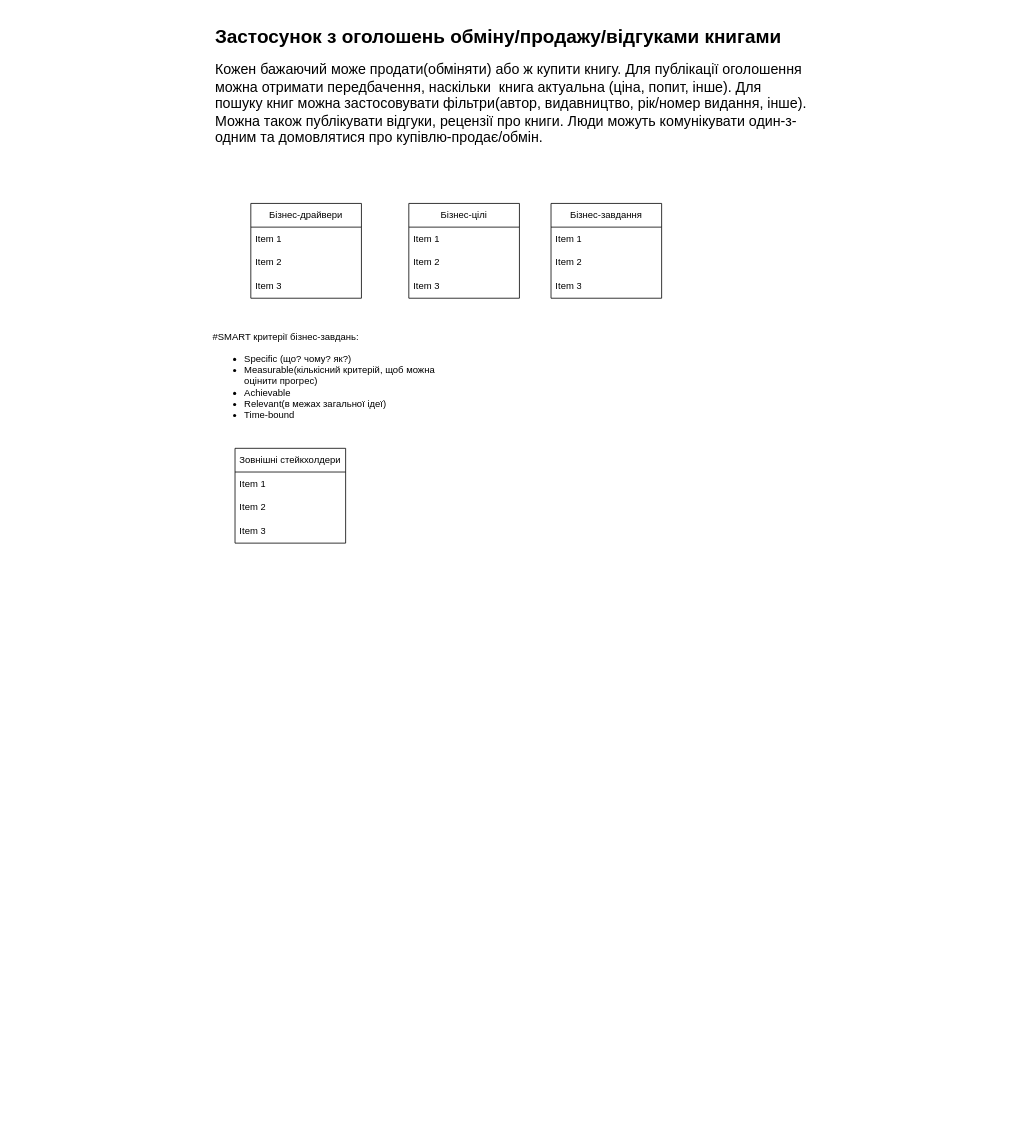
Above: business_analytics/ba.drawio in AnnaBozhenko/BookResources (draw.io), before the change. Source tidied: cells renumbered, new cells numbered last; positions are measured from the earlier drawing's top-left corner, leaving out a move shared by most shapes. Both pictures are drawn from the tidied source at 79%, with x=0, y=0 at pixel (211, 21).
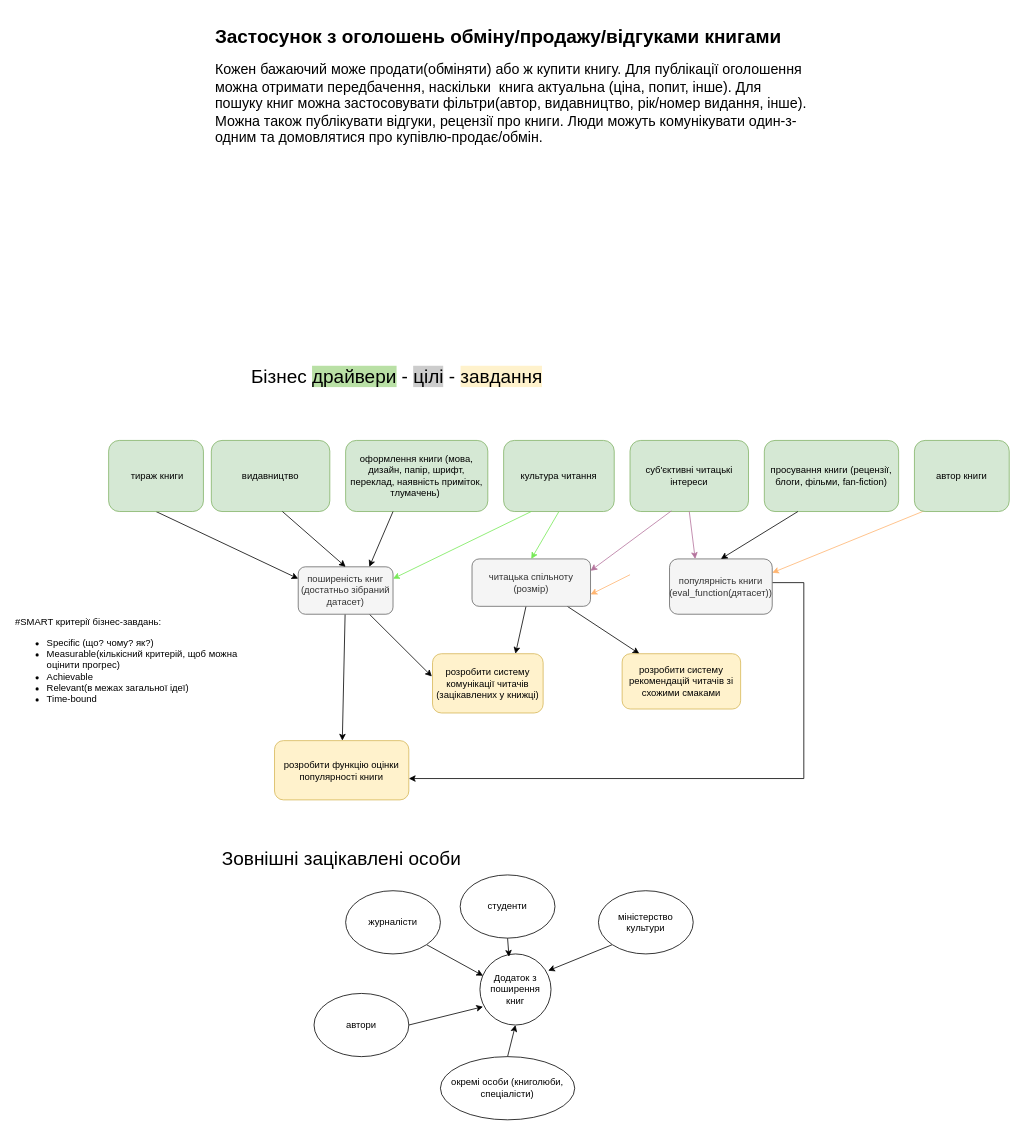
The same page after the edit.

Commit message:
Added business drivers-aims-tasks and outer stakeholders to ba.drawio

The edit, as a diff of the source:
```diff
@@
-    <mxCell id="3" value="Бізнес-драйвери" style="swimlane;fontStyle=0;horizontal=1;startSize=30;whiteSpace=wrap;html=1;" parent="1" vertex="1">
-      <mxGeometry x="50" y="230" width="140" height="120" as="geometry" />
-    </mxCell>
-    <mxCell id="4" value="Item 1" style="text;strokeColor=none;fillColor=none;align=left;verticalAlign=middle;spacingLeft=4;spacingRight=4;overflow=hidden;whiteSpace=wrap;html=1;" parent="3" vertex="1">
-      <mxGeometry y="30" width="140" height="30" as="geometry" />
-    </mxCell>
-    <mxCell id="5" value="Item 2" style="text;strokeColor=none;fillColor=none;align=left;verticalAlign=middle;spacingLeft=4;spacingRight=4;overflow=hidden;whiteSpace=wrap;html=1;" parent="3" vertex="1">
-      <mxGeometry y="60" width="140" height="30" as="geometry" />
-    </mxCell>
-    <mxCell id="6" value="Item 3" style="text;strokeColor=none;fillColor=none;align=left;verticalAlign=middle;spacingLeft=4;spacingRight=4;overflow=hidden;whiteSpace=wrap;html=1;" parent="3" vertex="1">
-      <mxGeometry y="90" width="140" height="30" as="geometry" />
-    </mxCell>
-    <mxCell id="7" value="Бізнес-цілі" style="swimlane;fontStyle=0;horizontal=1;startSize=30;whiteSpace=wrap;html=1;" parent="1" vertex="1">
-      <mxGeometry x="250" y="230" width="140" height="120" as="geometry" />
-    </mxCell>
-    <mxCell id="8" value="Item 1" style="text;strokeColor=none;fillColor=none;align=left;verticalAlign=middle;spacingLeft=4;spacingRight=4;overflow=hidden;whiteSpace=wrap;html=1;" parent="7" vertex="1">
-      <mxGeometry y="30" width="140" height="30" as="geometry" />
-    </mxCell>
-    <mxCell id="9" value="Item 2" style="text;strokeColor=none;fillColor=none;align=left;verticalAlign=middle;spacingLeft=4;spacingRight=4;overflow=hidden;whiteSpace=wrap;html=1;" parent="7" vertex="1">
-      <mxGeometry y="60" width="140" height="30" as="geometry" />
-    </mxCell>
-    <mxCell id="10" value="Item 3" style="text;strokeColor=none;fillColor=none;align=left;verticalAlign=middle;spacingLeft=4;spacingRight=4;overflow=hidden;whiteSpace=wrap;html=1;" parent="7" vertex="1">
-      <mxGeometry y="90" width="140" height="30" as="geometry" />
-    </mxCell>
-    <mxCell id="11" value="Бізнес-завдання" style="swimlane;fontStyle=0;horizontal=1;startSize=30;whiteSpace=wrap;html=1;" parent="1" vertex="1">
-      <mxGeometry x="430" y="230" width="140" height="120" as="geometry" />
-    </mxCell>
-    <mxCell id="12" value="Item 1" style="text;strokeColor=none;fillColor=none;align=left;verticalAlign=middle;spacingLeft=4;spacingRight=4;overflow=hidden;whiteSpace=wrap;html=1;" parent="11" vertex="1">
-      <mxGeometry y="30" width="140" height="30" as="geometry" />
-    </mxCell>
-    <mxCell id="13" value="Item 2" style="text;strokeColor=none;fillColor=none;align=left;verticalAlign=middle;spacingLeft=4;spacingRight=4;overflow=hidden;whiteSpace=wrap;html=1;" parent="11" vertex="1">
-      <mxGeometry y="60" width="140" height="30" as="geometry" />
-    </mxCell>
-    <mxCell id="14" value="Item 3" style="text;strokeColor=none;fillColor=none;align=left;verticalAlign=middle;spacingLeft=4;spacingRight=4;overflow=hidden;whiteSpace=wrap;html=1;" parent="11" vertex="1">
-      <mxGeometry y="90" width="140" height="30" as="geometry" />
-    </mxCell>
     <mxCell id="15" value="#SMART критерії бізнес-завдань:&lt;br&gt;&lt;ul&gt;&lt;li&gt;Specific (що? чому? як?)&lt;/li&gt;&lt;li&gt;Measurable(кількісний критерій, щоб можна оцінити прогрес)&lt;/li&gt;&lt;li&gt;Achievable&lt;/li&gt;&lt;li&gt;Relevant(в межах загальної ідеї)&lt;/li&gt;&lt;li&gt;Time-bound&lt;/li&gt;&lt;/ul&gt;" style="text;html=1;strokeColor=none;fillColor=none;align=left;verticalAlign=middle;whiteSpace=wrap;rounded=0;" parent="1" vertex="1">
-      <mxGeometry y="400" width="310" height="110" as="geometry" />
+      <mxGeometry x="-250" y="760" width="310" height="110" as="geometry" />
     </mxCell>
-    <mxCell id="16" value="Зовнішні стейкхолдери" style="swimlane;fontStyle=0;horizontal=1;startSize=30;whiteSpace=wrap;html=1;" parent="1" vertex="1">
-      <mxGeometry x="30" y="540" width="140" height="120" as="geometry" />
-    </mxCell>
-    <mxCell id="17" value="Item 1" style="text;strokeColor=none;fillColor=none;align=left;verticalAlign=middle;spacingLeft=4;spacingRight=4;overflow=hidden;whiteSpace=wrap;html=1;" parent="16" vertex="1">
-      <mxGeometry y="30" width="140" height="30" as="geometry" />
-    </mxCell>
-    <mxCell id="18" value="Item 2" style="text;strokeColor=none;fillColor=none;align=left;verticalAlign=middle;spacingLeft=4;spacingRight=4;overflow=hidden;whiteSpace=wrap;html=1;" parent="16" vertex="1">
-      <mxGeometry y="60" width="140" height="30" as="geometry" />
-    </mxCell>
-    <mxCell id="19" value="Item 3" style="text;strokeColor=none;fillColor=none;align=left;verticalAlign=middle;spacingLeft=4;spacingRight=4;overflow=hidden;whiteSpace=wrap;html=1;" parent="16" vertex="1">
-      <mxGeometry y="90" width="140" height="30" as="geometry" />
-    </mxCell>
+    <mxCell id="20" value="видавництво" style="rounded=1;whiteSpace=wrap;html=1;fillColor=#d5e8d4;strokeColor=#82b366;" parent="1" vertex="1">
+      <mxGeometry y="530" width="150" height="90" as="geometry" />
+    </mxCell>
+    <mxCell id="21" value="&amp;nbsp;культура читання&amp;nbsp;" style="rounded=1;whiteSpace=wrap;html=1;fillColor=#d5e8d4;strokeColor=#82b366;" parent="1" vertex="1">
+      <mxGeometry x="370" y="530" width="140" height="90" as="geometry" />
+    </mxCell>
+    <mxCell id="22" value="просування книги (рецензії, блоги, фільми, fan-fiction)" style="rounded=1;whiteSpace=wrap;html=1;fillColor=#d5e8d4;strokeColor=#82b366;" parent="1" vertex="1">
+      <mxGeometry x="700" y="530" width="170" height="90" as="geometry" />
+    </mxCell>
+    <mxCell id="23" style="rounded=0;jettySize=auto;html=1;exitX=0.5;exitY=1;exitDx=0;exitDy=0;entryX=0;entryY=0.25;entryDx=0;entryDy=0;" parent="1" edge="1" source="24" target="39">
+      <mxGeometry relative="1" as="geometry" />
+    </mxCell>
+    <mxCell id="24" value="&amp;nbsp;тираж книги" style="rounded=1;whiteSpace=wrap;html=1;fillColor=#d5e8d4;strokeColor=#82b366;" parent="1" vertex="1">
+      <mxGeometry x="-130" y="530" width="120" height="90" as="geometry" />
+    </mxCell>
+    <mxCell id="25" value="розробити функцію оцінки популярності книги" style="rounded=1;whiteSpace=wrap;html=1;fillColor=#fff2cc;strokeColor=#d6b656;" parent="1" vertex="1">
+      <mxGeometry x="80" y="910" width="170" height="75" as="geometry" />
+    </mxCell>
+    <mxCell id="26" value="розробити систему комунікації читачів (зацікавлених у книжці)" style="rounded=1;whiteSpace=wrap;html=1;fillColor=#fff2cc;strokeColor=#d6b656;" parent="1" vertex="1">
+      <mxGeometry x="280" y="800" width="140" height="75" as="geometry" />
+    </mxCell>
+    <mxCell id="27" value="суб'єктивні читацькі інтереси" style="rounded=1;whiteSpace=wrap;html=1;fillColor=#d5e8d4;strokeColor=#82b366;" parent="1" vertex="1">
+      <mxGeometry x="530" y="530" width="150" height="90" as="geometry" />
+    </mxCell>
+    <mxCell id="28" style="rounded=0;jettySize=auto;html=1;entryX=1;entryY=0.25;entryDx=0;entryDy=0;exitX=0.103;exitY=0.991;exitDx=0;exitDy=0;exitPerimeter=0;strokeColor=#FFB570;" parent="1" edge="1" source="29" target="36">
+      <mxGeometry relative="1" as="geometry" />
+    </mxCell>
+    <mxCell id="29" value="автор книги" style="rounded=1;whiteSpace=wrap;html=1;fillColor=#d5e8d4;strokeColor=#82b366;" parent="1" vertex="1">
+      <mxGeometry x="890" y="530" width="120" height="90" as="geometry" />
+    </mxCell>
+    <mxCell id="30" value="оформлення книги (мова, дизайн, папір, шрифт, переклад, наявність приміток, тлумачень)&amp;nbsp;" style="rounded=1;whiteSpace=wrap;html=1;fillColor=#d5e8d4;strokeColor=#82b366;" parent="1" vertex="1">
+      <mxGeometry x="170" y="530" width="180" height="90" as="geometry" />
+    </mxCell>
+    <mxCell id="31" style="rounded=0;jettySize=auto;html=1;" parent="1" edge="1" source="33" target="34">
+      <mxGeometry relative="1" as="geometry" />
+    </mxCell>
+    <mxCell id="32" style="rounded=0;jettySize=auto;html=1;entryX=0.75;entryY=0;entryDx=0;entryDy=0;" parent="1" edge="1" source="33" target="26">
+      <mxGeometry relative="1" as="geometry" />
+    </mxCell>
+    <mxCell id="33" value="читацька спільноту (розмір)" style="rounded=1;whiteSpace=wrap;html=1;fillColor=#f5f5f5;fontColor=#333333;strokeColor=#666666;" parent="1" vertex="1">
+      <mxGeometry x="330" y="680" width="150" height="60" as="geometry" />
+    </mxCell>
+    <mxCell id="34" value="розробити систему рекомендацій читачів зі схожими смаками" style="rounded=1;whiteSpace=wrap;html=1;fillColor=#fff2cc;strokeColor=#d6b656;" parent="1" vertex="1">
+      <mxGeometry x="520" y="800" width="150" height="70" as="geometry" />
+    </mxCell>
+    <mxCell id="35" style="rounded=0;jettySize=auto;html=1;edgeStyle=orthogonalEdgeStyle;" parent="1" edge="1" source="36" target="25">
+      <mxGeometry relative="1" as="geometry">
+        <Array as="points">
+          <mxPoint x="750" y="710" />
+          <mxPoint x="750" y="958" />
+        </Array>
+      </mxGeometry>
+    </mxCell>
+    <mxCell id="36" value="популярність книги (eval_function(дятасет))" style="rounded=1;whiteSpace=wrap;html=1;fillColor=#f5f5f5;strokeColor=#666666;fontColor=#333333;" parent="1" vertex="1">
+      <mxGeometry x="580" y="680" width="130" height="70" as="geometry" />
+    </mxCell>
+    <mxCell id="37" style="rounded=0;jettySize=auto;html=1;" parent="1" edge="1" source="39" target="25">
+      <mxGeometry relative="1" as="geometry" />
+    </mxCell>
+    <mxCell id="38" style="rounded=0;jettySize=auto;html=1;entryX=-0.006;entryY=0.384;entryDx=0;entryDy=0;entryPerimeter=0;" parent="1" edge="1" source="39" target="26">
+      <mxGeometry relative="1" as="geometry" />
+    </mxCell>
+    <mxCell id="39" value="поширеність книг (достатньо зібраний датасет)" style="rounded=1;whiteSpace=wrap;html=1;fillColor=#f5f5f5;fontColor=#333333;strokeColor=#666666;" parent="1" vertex="1">
+      <mxGeometry x="110" y="690" width="120" height="60" as="geometry" />
+    </mxCell>
+    <mxCell id="40" style="endArrow=classic;html=1;rounded=0;exitX=0.6;exitY=1;exitDx=0;exitDy=0;exitPerimeter=0;entryX=0.5;entryY=0;entryDx=0;entryDy=0;" parent="1" edge="1" source="20" target="39">
+      <mxGeometry relative="1" as="geometry" />
+    </mxCell>
+    <mxCell id="41" style="endArrow=classic;html=1;rounded=0;entryX=0.75;entryY=0;entryDx=0;entryDy=0;" parent="1" edge="1" target="39">
+      <mxGeometry relative="1" as="geometry">
+        <mxPoint x="230" y="620" as="sourcePoint" />
+      </mxGeometry>
+    </mxCell>
+    <mxCell id="42" style="endArrow=classic;html=1;rounded=0;exitX=0.5;exitY=1;exitDx=0;exitDy=0;entryX=0.5;entryY=0;entryDx=0;entryDy=0;strokeColor=#77EA57;" parent="1" edge="1" source="21" target="33">
+      <mxGeometry relative="1" as="geometry" />
+    </mxCell>
+    <mxCell id="43" style="endArrow=classic;html=1;rounded=0;entryX=0.25;entryY=0;entryDx=0;entryDy=0;exitX=0.5;exitY=1;exitDx=0;exitDy=0;strokeColor=#B5739D;" parent="1" edge="1" source="27" target="36">
+      <mxGeometry relative="1" as="geometry" />
+    </mxCell>
+    <mxCell id="44" style="endArrow=classic;html=1;rounded=0;exitX=0.25;exitY=1;exitDx=0;exitDy=0;entryX=1;entryY=0.25;entryDx=0;entryDy=0;strokeColor=#77EA57;" parent="1" edge="1" source="21" target="39">
+      <mxGeometry relative="1" as="geometry" />
+    </mxCell>
+    <mxCell id="45" style="endArrow=classic;html=1;rounded=0;exitX=0.25;exitY=1;exitDx=0;exitDy=0;entryX=0.5;entryY=0;entryDx=0;entryDy=0;" parent="1" edge="1" source="22" target="36">
+      <mxGeometry relative="1" as="geometry" />
+    </mxCell>
+    <mxCell id="46" style="endArrow=classic;html=1;rounded=0;exitX=0.349;exitY=0.991;exitDx=0;exitDy=0;exitPerimeter=0;entryX=1;entryY=0.25;entryDx=0;entryDy=0;strokeColor=#B5739D;" parent="1" edge="1" source="27" target="33">
+      <mxGeometry relative="1" as="geometry" />
+    </mxCell>
+    <mxCell id="47" style="endArrow=classic;html=1;rounded=0;entryX=1;entryY=0.75;entryDx=0;entryDy=0;strokeColor=#FFB570;" parent="1" edge="1" target="33">
+      <mxGeometry relative="1" as="geometry">
+        <mxPoint x="530" y="700" as="sourcePoint" />
+      </mxGeometry>
+    </mxCell>
+    <mxCell id="48" value="Додаток з поширення книг" style="ellipse;whiteSpace=wrap;html=1;" parent="1" vertex="1">
+      <mxGeometry x="340" y="1180" width="90" height="90" as="geometry" />
+    </mxCell>
+    <mxCell id="49" style="rounded=0;jettySize=auto;html=1;exitX=1;exitY=1;exitDx=0;exitDy=0;entryX=0.044;entryY=0.307;entryDx=0;entryDy=0;entryPerimeter=0;" parent="1" edge="1" source="50" target="48">
+      <mxGeometry relative="1" as="geometry" />
+    </mxCell>
+    <mxCell id="50" value="журналісти" style="ellipse;whiteSpace=wrap;html=1;" parent="1" vertex="1">
+      <mxGeometry x="170" y="1100" width="120" height="80" as="geometry" />
+    </mxCell>
+    <mxCell id="51" style="rounded=0;jettySize=auto;html=1;exitX=0.5;exitY=1;exitDx=0;exitDy=0;entryX=0.409;entryY=0.04;entryDx=0;entryDy=0;entryPerimeter=0;" parent="1" edge="1" source="52" target="48">
+      <mxGeometry relative="1" as="geometry" />
+    </mxCell>
+    <mxCell id="52" value="студенти" style="ellipse;whiteSpace=wrap;html=1;" parent="1" vertex="1">
+      <mxGeometry x="315" y="1080" width="120" height="80" as="geometry" />
+    </mxCell>
+    <mxCell id="53" style="rounded=0;jettySize=auto;html=1;exitX=0;exitY=1;exitDx=0;exitDy=0;entryX=0.96;entryY=0.236;entryDx=0;entryDy=0;entryPerimeter=0;" parent="1" edge="1" source="54" target="48">
+      <mxGeometry relative="1" as="geometry" />
+    </mxCell>
+    <mxCell id="54" value="міністерство культури" style="ellipse;whiteSpace=wrap;html=1;" parent="1" vertex="1">
+      <mxGeometry x="490" y="1100" width="120" height="80" as="geometry" />
+    </mxCell>
+    <mxCell id="55" style="rounded=0;jettySize=auto;html=1;exitX=1;exitY=0.5;exitDx=0;exitDy=0;entryX=0.044;entryY=0.742;entryDx=0;entryDy=0;entryPerimeter=0;" parent="1" edge="1" source="56" target="48">
+      <mxGeometry relative="1" as="geometry" />
+    </mxCell>
+    <mxCell id="56" value="автори" style="ellipse;whiteSpace=wrap;html=1;" parent="1" vertex="1">
+      <mxGeometry x="130" y="1230" width="120" height="80" as="geometry" />
+    </mxCell>
+    <mxCell id="57" style="rounded=0;jettySize=auto;html=1;exitX=0.5;exitY=0;exitDx=0;exitDy=0;entryX=0.5;entryY=1;entryDx=0;entryDy=0;" parent="1" edge="1" source="58" target="48">
+      <mxGeometry relative="1" as="geometry" />
+    </mxCell>
+    <mxCell id="58" value="окремі особи (книголюби, спеціалісти)" style="ellipse;whiteSpace=wrap;html=1;" parent="1" vertex="1">
+      <mxGeometry x="290" y="1310" width="170" height="80" as="geometry" />
+    </mxCell>
+    <mxCell id="59" value="&lt;font style=&quot;font-size: 24px;&quot;&gt;Зовнішні зацікавлені особи&lt;/font&gt;" style="text;html=1;strokeColor=none;fillColor=none;align=center;verticalAlign=middle;whiteSpace=wrap;rounded=0;" parent="1" vertex="1">
+      <mxGeometry y="1040" width="330" height="40" as="geometry" />
+    </mxCell>
+    <mxCell id="60" value="&lt;font style=&quot;font-size: 24px;&quot;&gt;Бізнес &lt;span style=&quot;background-color: rgb(185, 224, 165);&quot;&gt;драйвери&lt;/span&gt; - &lt;span style=&quot;background-color: rgb(204, 204, 204);&quot;&gt;цілі&lt;/span&gt; - &lt;span style=&quot;background-color: rgb(255, 242, 204);&quot;&gt;завдання&lt;/span&gt;&lt;/font&gt;" style="text;html=1;strokeColor=none;fillColor=none;align=center;verticalAlign=middle;whiteSpace=wrap;rounded=0;" parent="1" vertex="1">
+      <mxGeometry x="20" y="430" width="430" height="40" as="geometry" />
+    </mxCell>
```
